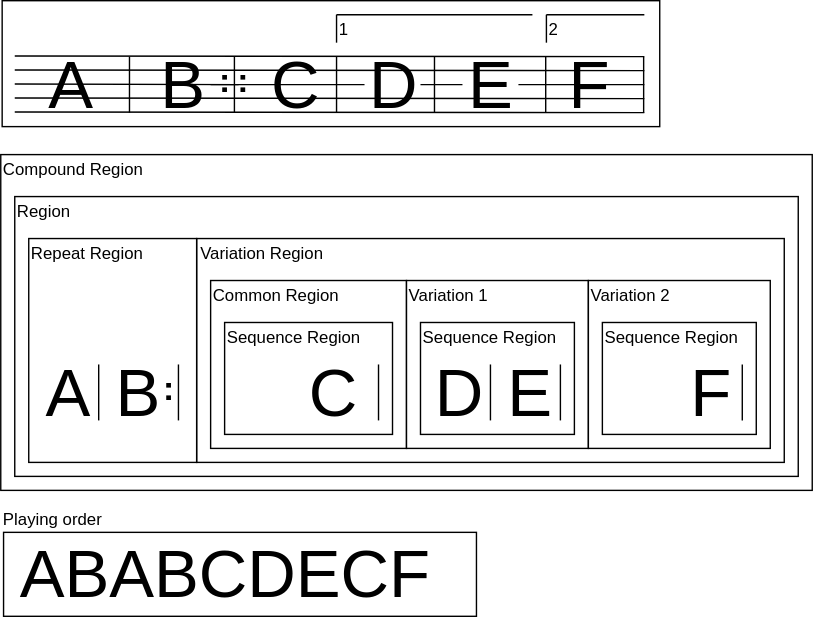
This is docs/repeat/example07.drawio.svg from ruimo/klavier-core, a draw.io export, as it was before one commit. Source tidied: cells renumbered, new cells last; positions are measured from the earlier drawing's top-left corner, leaving out a move shared by most shapes.
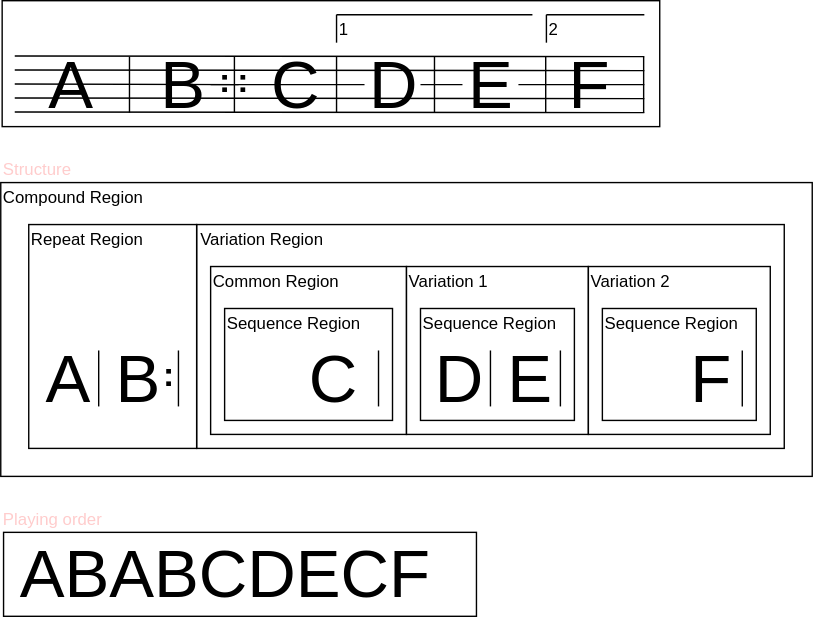
The same diagram one commit later.

The edit, as a diff of the source:
```diff
@@ -3,72 +3,66 @@
     <mxCell id="0" />
     <mxCell id="1" parent="0" />
     <mxCell id="2" style="rounded=0;whiteSpace=wrap;html=1;" parent="1" vertex="1">
-      <mxGeometry x="1" width="470" height="90" as="geometry" />
+      <mxGeometry x="1" y="10" width="470" height="90" as="geometry" />
     </mxCell>
     <mxCell id="3" style="rounded=0;whiteSpace=wrap;html=1;" parent="1" vertex="1">
-      <mxGeometry y="110" width="580" height="240" as="geometry" />
+      <mxGeometry y="140" width="580" height="210" as="geometry" />
     </mxCell>
     <mxCell id="4" style="endArrow=none;html=1;" parent="1" edge="1">
       <mxGeometry relative="1" as="geometry">
-        <mxPoint x="10" y="49.5" as="sourcePoint" />
-        <mxPoint x="460" y="50" as="targetPoint" />
+        <mxPoint x="10" y="59.5" as="sourcePoint" />
+        <mxPoint x="460" y="60" as="targetPoint" />
       </mxGeometry>
     </mxCell>
     <mxCell id="5" style="endArrow=none;html=1;" parent="1" edge="1" source="25">
       <mxGeometry relative="1" as="geometry">
-        <mxPoint x="460" y="60" as="targetPoint" />
+        <mxPoint x="460" y="70" as="targetPoint" />
       </mxGeometry>
     </mxCell>
     <mxCell id="6" style="endArrow=none;html=1;" parent="1" edge="1">
       <mxGeometry relative="1" as="geometry">
-        <mxPoint x="10" y="69.5" as="sourcePoint" />
-        <mxPoint x="460" y="70" as="targetPoint" />
+        <mxPoint x="10" y="79.5" as="sourcePoint" />
+        <mxPoint x="460" y="80" as="targetPoint" />
       </mxGeometry>
     </mxCell>
     <mxCell id="7" style="endArrow=none;html=1;" parent="1" edge="1">
       <mxGeometry relative="1" as="geometry">
-        <mxPoint x="10" y="79.5" as="sourcePoint" />
-        <mxPoint x="460" y="80" as="targetPoint" />
+        <mxPoint x="10" y="89.5" as="sourcePoint" />
+        <mxPoint x="460" y="90" as="targetPoint" />
       </mxGeometry>
     </mxCell>
     <mxCell id="8" value="&lt;font style=&quot;font-size: 48px&quot;&gt;A&lt;/font&gt;" style="text;html=1;strokeColor=none;fillColor=none;align=center;verticalAlign=middle;whiteSpace=wrap;rounded=0;" parent="1" vertex="1">
-      <mxGeometry x="30" y="50" width="40" height="20" as="geometry" />
+      <mxGeometry x="30" y="60" width="40" height="20" as="geometry" />
     </mxCell>
     <mxCell id="9" style="endArrow=none;html=1;" parent="1" edge="1">
       <mxGeometry relative="1" as="geometry">
-        <mxPoint x="10" y="59.5" as="sourcePoint" />
-        <mxPoint x="170" y="60" as="targetPoint" />
+        <mxPoint x="10" y="69.5" as="sourcePoint" />
+        <mxPoint x="170" y="70" as="targetPoint" />
       </mxGeometry>
     </mxCell>
     <mxCell id="10" value="&lt;font style=&quot;font-size: 48px&quot;&gt;B&lt;/font&gt;" style="text;html=1;strokeColor=none;fillColor=none;align=center;verticalAlign=middle;whiteSpace=wrap;rounded=0;" parent="1" vertex="1">
-      <mxGeometry x="110" y="50" width="40" height="20" as="geometry" />
+      <mxGeometry x="110" y="60" width="40" height="20" as="geometry" />
     </mxCell>
     <mxCell id="11" value="Compound Region" style="text;html=1;strokeColor=none;fillColor=none;align=left;verticalAlign=middle;whiteSpace=wrap;rounded=0;" parent="1" vertex="1">
-      <mxGeometry y="110" width="200" height="20" as="geometry" />
+      <mxGeometry y="140" width="200" height="20" as="geometry" />
     </mxCell>
     <mxCell id="12" value="&lt;font style=&quot;font-size: 48px&quot;&gt;C&lt;/font&gt;" style="text;html=1;strokeColor=none;fillColor=none;align=center;verticalAlign=middle;whiteSpace=wrap;rounded=0;" parent="1" vertex="1">
-      <mxGeometry x="190" y="50" width="40" height="20" as="geometry" />
+      <mxGeometry x="190" y="60" width="40" height="20" as="geometry" />
     </mxCell>
     <mxCell id="13" style="endArrow=none;html=1;" parent="1" edge="1">
       <mxGeometry relative="1" as="geometry">
-        <mxPoint x="310" y="80" as="sourcePoint" />
-        <mxPoint x="310" y="40" as="targetPoint" />
+        <mxPoint x="310" y="90" as="sourcePoint" />
+        <mxPoint x="310" y="50" as="targetPoint" />
       </mxGeometry>
     </mxCell>
-    <mxCell id="14" style="rounded=0;whiteSpace=wrap;html=1;" parent="1" vertex="1">
-      <mxGeometry x="10" y="140" width="560" height="200" as="geometry" />
-    </mxCell>
     <mxCell id="15" style="rounded=0;whiteSpace=wrap;html=1;" parent="1" vertex="1">
       <mxGeometry x="140" y="170" width="420" height="160" as="geometry" />
     </mxCell>
-    <mxCell id="16" value="Region" style="text;html=1;strokeColor=none;fillColor=none;align=left;verticalAlign=middle;whiteSpace=wrap;rounded=0;" parent="1" vertex="1">
-      <mxGeometry x="10" y="140" width="150" height="20" as="geometry" />
-    </mxCell>
     <mxCell id="17" value="Variation Region" style="text;html=1;strokeColor=none;fillColor=none;align=left;verticalAlign=middle;whiteSpace=wrap;rounded=0;" parent="1" vertex="1">
       <mxGeometry x="140.5" y="170" width="105" height="20" as="geometry" />
     </mxCell>
     <mxCell id="18" style="group;" parent="1" vertex="1">
-      <mxGeometry x="213" y="40" width="40" height="40" as="geometry" />
+      <mxGeometry x="213" y="50" width="40" height="40" as="geometry" />
     </mxCell>
     <mxCell id="19" style="group;" parent="18" vertex="1">
       <mxGeometry width="40" height="40" as="geometry" />
@@ -86,19 +80,19 @@
       </mxGeometry>
     </mxCell>
     <mxCell id="23" value="&lt;font style=&quot;font-size: 48px&quot;&gt;D&lt;/font&gt;" style="text;html=1;strokeColor=none;fillColor=none;align=center;verticalAlign=middle;whiteSpace=wrap;rounded=0;" parent="1" vertex="1">
-      <mxGeometry x="260" y="50" width="40" height="20" as="geometry" />
+      <mxGeometry x="260" y="60" width="40" height="20" as="geometry" />
     </mxCell>
     <mxCell id="24" style="endArrow=none;html=1;" parent="1" edge="1" source="10" target="23">
       <mxGeometry relative="1" as="geometry" />
     </mxCell>
     <mxCell id="25" value="&lt;font style=&quot;font-size: 48px&quot;&gt;E&lt;/font&gt;" style="text;html=1;strokeColor=none;fillColor=none;align=center;verticalAlign=middle;whiteSpace=wrap;rounded=0;" parent="1" vertex="1">
-      <mxGeometry x="330" y="50" width="40" height="20" as="geometry" />
+      <mxGeometry x="330" y="60" width="40" height="20" as="geometry" />
     </mxCell>
     <mxCell id="26" style="endArrow=none;html=1;" parent="1" edge="1" source="23" target="25">
       <mxGeometry relative="1" as="geometry" />
     </mxCell>
     <mxCell id="27" style="group;" parent="1" vertex="1">
-      <mxGeometry x="362.5" y="40" width="40" height="40" as="geometry" />
+      <mxGeometry x="362.5" y="50" width="40" height="40" as="geometry" />
     </mxCell>
     <mxCell id="28" style="endArrow=none;html=1;" parent="27" edge="1">
       <mxGeometry relative="1" as="geometry">
@@ -108,12 +102,12 @@
     </mxCell>
     <mxCell id="29" style="endArrow=none;html=1;" parent="1" edge="1">
       <mxGeometry relative="1" as="geometry">
-        <mxPoint x="92" y="80" as="sourcePoint" />
-        <mxPoint x="92" y="40" as="targetPoint" />
+        <mxPoint x="92" y="90" as="sourcePoint" />
+        <mxPoint x="92" y="50" as="targetPoint" />
       </mxGeometry>
     </mxCell>
     <mxCell id="30" style="group;" parent="1" vertex="1">
-      <mxGeometry x="240" y="10" width="140" height="20" as="geometry" />
+      <mxGeometry x="240" y="20" width="140" height="20" as="geometry" />
     </mxCell>
     <mxCell id="31" style="group;" parent="30" vertex="1">
       <mxGeometry width="140" height="20" as="geometry" />
@@ -134,7 +128,7 @@
       </mxGeometry>
     </mxCell>
     <mxCell id="35" style="group;" parent="1" vertex="1">
-      <mxGeometry x="390" y="10" width="70" height="20" as="geometry" />
+      <mxGeometry x="390" y="20" width="70" height="20" as="geometry" />
     </mxCell>
     <mxCell id="36" style="group;" parent="35" vertex="1">
       <mxGeometry width="70" height="20" as="geometry" />
@@ -231,21 +225,21 @@
     </mxCell>
     <mxCell id="61" style="endArrow=none;html=1;" parent="1" edge="1">
       <mxGeometry relative="1" as="geometry">
-        <mxPoint x="459.5" y="80" as="sourcePoint" />
-        <mxPoint x="459.5" y="40" as="targetPoint" />
+        <mxPoint x="459.5" y="90" as="sourcePoint" />
+        <mxPoint x="459.5" y="50" as="targetPoint" />
       </mxGeometry>
     </mxCell>
     <mxCell id="62" value="&lt;font style=&quot;font-size: 48px&quot;&gt;F&lt;/font&gt;" style="text;html=1;strokeColor=none;fillColor=none;align=center;verticalAlign=middle;whiteSpace=wrap;rounded=0;" parent="1" vertex="1">
-      <mxGeometry x="400" y="50" width="40" height="20" as="geometry" />
+      <mxGeometry x="400" y="60" width="40" height="20" as="geometry" />
     </mxCell>
     <mxCell id="63" style="endArrow=none;html=1;" parent="1" edge="1">
       <mxGeometry relative="1" as="geometry">
-        <mxPoint x="10" y="39.5" as="sourcePoint" />
-        <mxPoint x="460" y="40" as="targetPoint" />
+        <mxPoint x="10" y="49.5" as="sourcePoint" />
+        <mxPoint x="460" y="50" as="targetPoint" />
       </mxGeometry>
     </mxCell>
     <mxCell id="64" style="group;" parent="1" vertex="1">
-      <mxGeometry x="140" y="40" width="40" height="40" as="geometry" />
+      <mxGeometry x="140" y="50" width="40" height="40" as="geometry" />
     </mxCell>
     <mxCell id="65" style="group;" parent="64" vertex="1">
       <mxGeometry width="40" height="40" as="geometry" />
@@ -302,16 +296,19 @@
       </mxGeometry>
     </mxCell>
     <mxCell id="80" value="&lt;font style=&quot;font-size: 24px&quot;&gt;&lt;b&gt;:&lt;/b&gt;&lt;/font&gt;" style="text;html=1;strokeColor=none;fillColor=none;align=center;verticalAlign=middle;whiteSpace=wrap;rounded=0;rotation=0;" parent="1" vertex="1">
-      <mxGeometry x="153" y="47" width="40" height="20" as="geometry" />
+      <mxGeometry x="153" y="57" width="40" height="20" as="geometry" />
     </mxCell>
     <mxCell id="81" style="rounded=0;whiteSpace=wrap;html=1;" parent="1" vertex="1">
-      <mxGeometry x="2" y="380" width="338" height="60" as="geometry" />
+      <mxGeometry x="2" y="390" width="338" height="60" as="geometry" />
     </mxCell>
     <mxCell id="82" value="&lt;font style=&quot;font-size: 48px&quot;&gt;ABABCDECF&lt;/font&gt;" style="text;html=1;strokeColor=none;fillColor=none;align=left;verticalAlign=middle;whiteSpace=wrap;rounded=0;" parent="1" vertex="1">
-      <mxGeometry x="12" y="400" width="40" height="20" as="geometry" />
+      <mxGeometry x="12" y="410" width="40" height="20" as="geometry" />
     </mxCell>
-    <mxCell id="83" value="Playing order" style="text;html=1;strokeColor=none;fillColor=none;align=left;verticalAlign=middle;whiteSpace=wrap;rounded=0;" parent="1" vertex="1">
-      <mxGeometry y="360" width="140" height="20" as="geometry" />
+    <mxCell id="83" value="Playing order" style="text;html=1;strokeColor=none;fillColor=none;align=left;verticalAlign=middle;whiteSpace=wrap;rounded=0;fontColor=#FFCCCC;" parent="1" vertex="1">
+      <mxGeometry y="370" width="140" height="20" as="geometry" />
     </mxCell>
+    <mxCell id="84" value="Structure" style="text;html=1;strokeColor=none;fillColor=none;align=left;verticalAlign=middle;whiteSpace=wrap;rounded=0;fontColor=#FFCCCC;" parent="1" vertex="1">
+      <mxGeometry y="120" width="140" height="20" as="geometry" />
+    </mxCell>
   </root>
 </mxGraphModel>
```
